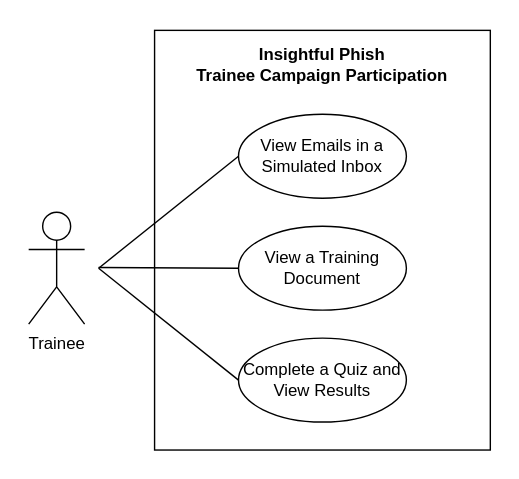
This is docs/demo3/diagrams/srs/use-cases/trainee-campaign-participation.drawio.svg from COS301-SE-2026/Cybersecurity-Awareness-Training-Platform, a draw.io export, as it was before one commit. Source tidied: cells renumbered, new cells last; positions are measured from the earlier drawing's top-left corner, leaving out a move shared by most shapes.
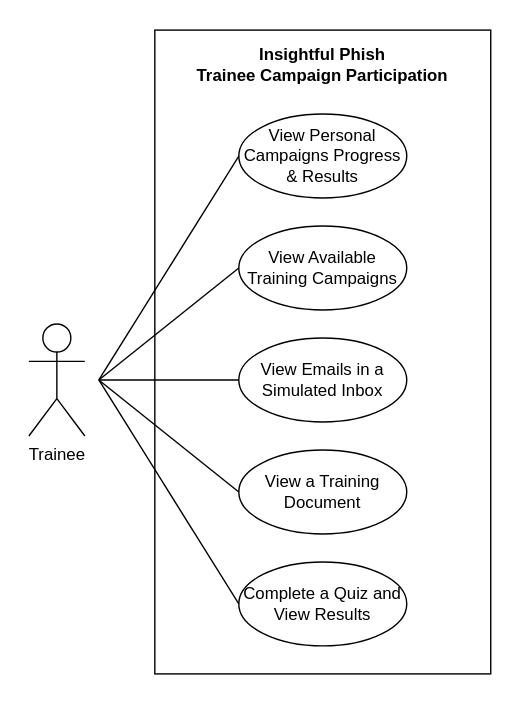
After the change.

Diff of the diagram source:
```diff
@@ -2,17 +2,17 @@
   <root>
     <mxCell id="0" />
     <mxCell id="1" parent="0" />
-    <mxCell id="2" style="rounded=0;whiteSpace=wrap;html=1;fillColor=none;" parent="1" vertex="1">
-      <mxGeometry x="90" width="240" height="300" as="geometry" />
-    </mxCell>
+    <mxCell id="11" style="rounded=0;whiteSpace=wrap;html=1;fillColor=none;" parent="1" vertex="1">
+      <mxGeometry x="90" y="-160" width="240" height="460" as="geometry" />
+    </mxCell>
     <mxCell id="3" value="View Emails in a Simulated Inbox" style="ellipse;whiteSpace=wrap;html=1;" parent="1" vertex="1">
       <mxGeometry x="150" y="60" width="120" height="60" as="geometry" />
     </mxCell>
     <mxCell id="4" value="&lt;p class=&quot;p1&quot;&gt;Insightful Phish&lt;br&gt;Trainee Campaign Participation&lt;/p&gt;" style="text;html=1;whiteSpace=wrap;strokeColor=none;fillColor=none;align=center;verticalAlign=middle;rounded=0;fontStyle=1;" parent="1" vertex="1">
-      <mxGeometry x="100" y="10" width="220" height="30" as="geometry" />
+      <mxGeometry x="100" y="-150" width="220" height="30" as="geometry" />
     </mxCell>
     <mxCell id="5" value="&lt;div&gt;Trainee&lt;/div&gt;" style="shape=umlActor;verticalLabelPosition=bottom;verticalAlign=top;html=1;" parent="1" vertex="1">
-      <mxGeometry y="130" width="40" height="80" as="geometry" />
+      <mxGeometry y="50" width="40" height="80" as="geometry" />
     </mxCell>
     <mxCell id="6" value="View a Training Document" style="ellipse;whiteSpace=wrap;html=1;" parent="1" vertex="1">
       <mxGeometry x="150" y="140" width="120" height="60" as="geometry" />
@@ -20,20 +20,36 @@
     <mxCell id="7" value="Complete a Quiz and View Results" style="ellipse;whiteSpace=wrap;html=1;" parent="1" vertex="1">
       <mxGeometry x="150" y="220" width="120" height="60" as="geometry" />
     </mxCell>
-    <mxCell id="8" style="endArrow=none;html=1;rounded=0;entryX=0;entryY=0.5;entryDx=0;entryDy=0;" parent="1" edge="1" target="6">
-      <mxGeometry relative="1" as="geometry">
-        <mxPoint x="50" y="169.5" as="sourcePoint" />
-      </mxGeometry>
-    </mxCell>
-    <mxCell id="9" style="endArrow=none;html=1;rounded=0;entryX=0;entryY=0.5;entryDx=0;entryDy=0;" parent="1" edge="1" target="7">
-      <mxGeometry relative="1" as="geometry">
-        <mxPoint x="50" y="170" as="sourcePoint" />
-      </mxGeometry>
-    </mxCell>
-    <mxCell id="10" style="endArrow=none;html=1;rounded=0;entryX=0;entryY=0.5;entryDx=0;entryDy=0;" parent="1" edge="1" target="3">
-      <mxGeometry relative="1" as="geometry">
-        <mxPoint x="50" y="170" as="sourcePoint" />
-      </mxGeometry>
-    </mxCell>
+    <mxCell id="12" style="endArrow=none;html=1;rounded=0;entryX=0;entryY=0.5;entryDx=0;entryDy=0;" parent="1" edge="1" target="6">
+      <mxGeometry relative="1" as="geometry">
+        <mxPoint x="50" y="90" as="sourcePoint" />
+      </mxGeometry>
+    </mxCell>
+    <mxCell id="13" style="endArrow=none;html=1;rounded=0;entryX=0;entryY=0.5;entryDx=0;entryDy=0;" parent="1" edge="1" target="7">
+      <mxGeometry relative="1" as="geometry">
+        <mxPoint x="50" y="90" as="sourcePoint" />
+      </mxGeometry>
+    </mxCell>
+    <mxCell id="14" style="endArrow=none;html=1;rounded=0;entryX=0;entryY=0.5;entryDx=0;entryDy=0;" parent="1" edge="1" target="3">
+      <mxGeometry relative="1" as="geometry">
+        <mxPoint x="50" y="90" as="sourcePoint" />
+      </mxGeometry>
+    </mxCell>
+    <mxCell id="15" value="View Available Training Campaigns" style="ellipse;whiteSpace=wrap;html=1;" parent="1" vertex="1">
+      <mxGeometry x="150" y="-20" width="120" height="60" as="geometry" />
+    </mxCell>
+    <mxCell id="16" value="View Personal Campaigns Progress &amp;amp; Results" style="ellipse;whiteSpace=wrap;html=1;" parent="1" vertex="1">
+      <mxGeometry x="150" y="-100" width="120" height="60" as="geometry" />
+    </mxCell>
+    <mxCell id="17" style="endArrow=none;html=1;rounded=0;entryX=0;entryY=0.5;entryDx=0;entryDy=0;" parent="1" edge="1" target="15">
+      <mxGeometry relative="1" as="geometry">
+        <mxPoint x="50" y="90" as="sourcePoint" />
+      </mxGeometry>
+    </mxCell>
+    <mxCell id="18" style="endArrow=none;html=1;rounded=0;entryX=0;entryY=0.5;entryDx=0;entryDy=0;" parent="1" edge="1" target="16">
+      <mxGeometry relative="1" as="geometry">
+        <mxPoint x="50" y="90" as="sourcePoint" />
+      </mxGeometry>
+    </mxCell>
   </root>
 </mxGraphModel>
```
